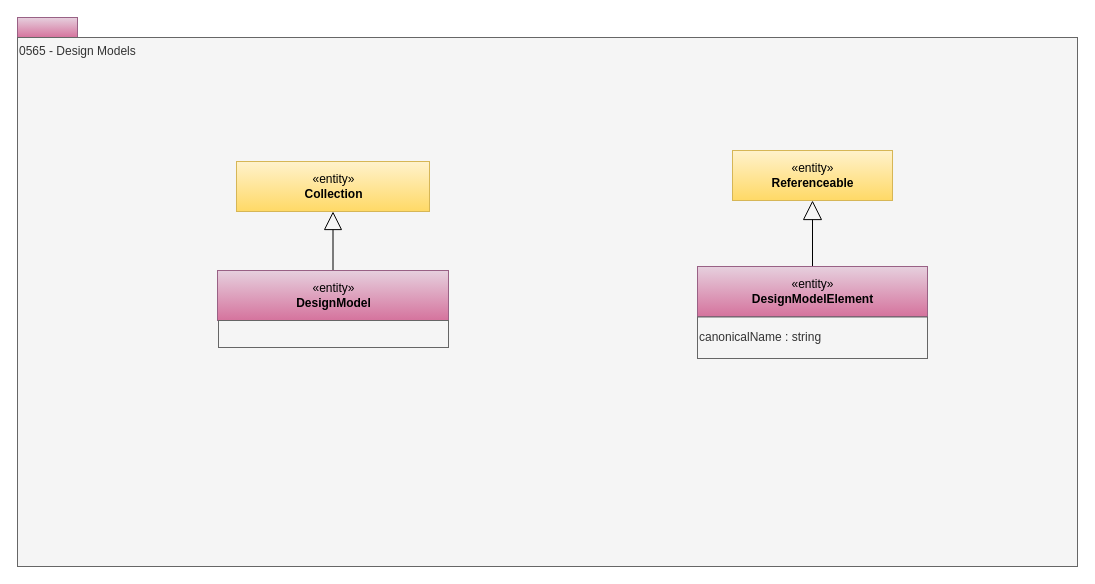
Before: page "0565-Design-Models" (28 of 33) of site/docs/types/5/area-5-models-and-schema.drawio in odpi/egeria-docs, a draw.io diagram. Source tidied: cells renumbered, new cells numbered last; positions are measured from the earlier drawing's top-left corner, leaving out a move shared by most shapes. Both pictures are drawn from the tidied source at 100%, with x=0, y=0 at pixel (17, 17).
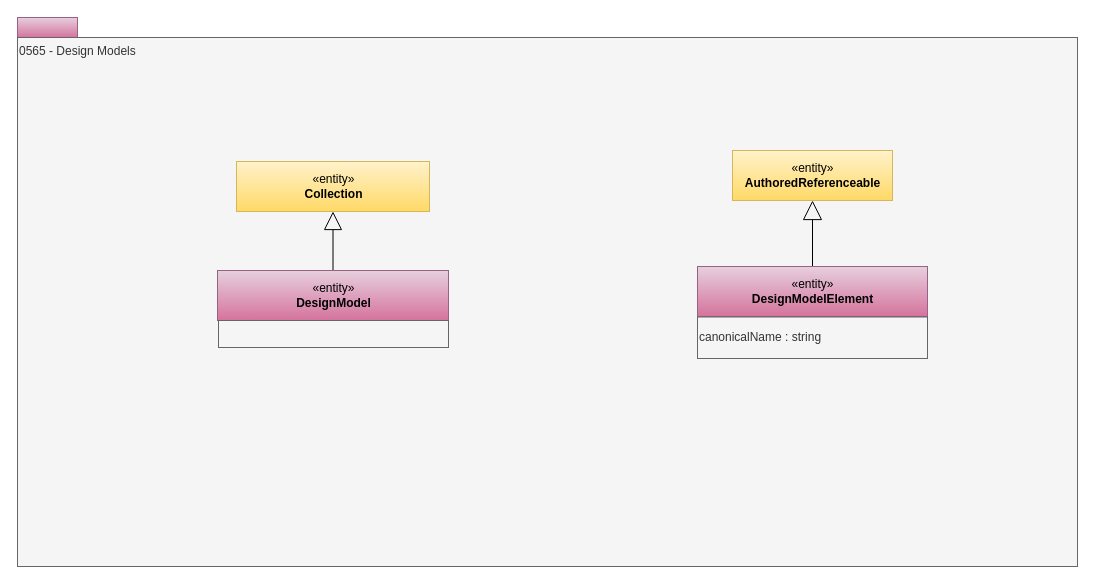
Above is the later version.

The edit, as a diff of the source:
```diff
@@
 <mxGraphModel>
   <root>
     <mxCell id="0" />
     <mxCell id="1" parent="0" />
     <mxCell id="2" style="rounded=0;whiteSpace=wrap;html=1;align=left;fillColor=#e6d0de;strokeColor=#996185;gradientColor=#d5739d;" parent="1" vertex="1">
       <mxGeometry width="60" height="20" as="geometry" />
     </mxCell>
     <mxCell id="3" value="0565 - Design Models" style="rounded=0;whiteSpace=wrap;html=1;align=left;verticalAlign=top;fillColor=#f5f5f5;fontColor=#333333;strokeColor=#666666;" parent="1" vertex="1">
       <mxGeometry y="20" width="1060" height="529" as="geometry" />
     </mxCell>
-    <mxCell id="4" value="«entity»&lt;br&gt;&lt;b&gt;Referenceable&lt;/b&gt;" style="html=1;strokeColor=#d6b656;align=center;fillColor=#fff2cc;gradientColor=#ffd966;" parent="1" vertex="1">
+    <mxCell id="4" value="«entity»&lt;br&gt;&lt;b&gt;AuthoredReferenceable&lt;/b&gt;" style="html=1;strokeColor=#d6b656;align=center;fillColor=#fff2cc;gradientColor=#ffd966;" parent="1" vertex="1">
       <mxGeometry x="715" y="133" width="160" height="50" as="geometry" />
     </mxCell>
     <mxCell id="5" style="edgeStyle=orthogonalEdgeStyle;rounded=0;jumpSize=15;jettySize=auto;html=1;exitX=0.5;exitY=0;exitDx=0;exitDy=0;entryX=0.5;entryY=1;entryDx=0;entryDy=0;startArrow=none;startFill=0;startSize=17;sourcePerimeterSpacing=0;endArrow=block;endFill=0;targetPerimeterSpacing=0;strokeWidth=1;fontColor=#000000;endSize=17;" parent="1" edge="1" source="6" target="4">
       <mxGeometry relative="1" as="geometry" />
     </mxCell>
     <mxCell id="6" value="«entity»&lt;br&gt;&lt;b&gt;DesignModelElement&lt;/b&gt;" style="html=1;strokeColor=#996185;align=center;fillColor=#e6d0de;gradientColor=#d5739d;" parent="1" vertex="1">
       <mxGeometry x="680" y="249" width="230" height="50" as="geometry" />
     </mxCell>
     <mxCell id="7" value="&lt;span&gt;canonicalName : string&lt;/span&gt;" style="rounded=0;whiteSpace=wrap;html=1;strokeColor=#666666;align=left;fillColor=#f5f5f5;fontColor=#333333;" parent="1" vertex="1">
       <mxGeometry x="680" y="299.5" width="230" height="41.5" as="geometry" />
     </mxCell>
     <mxCell id="8" style="edgeStyle=orthogonalEdgeStyle;rounded=0;jettySize=auto;html=1;exitX=0.5;exitY=0;exitDx=0;exitDy=0;endArrow=block;endFill=0;endSize=16;" parent="1" edge="1" source="9" target="10">
       <mxGeometry relative="1" as="geometry" />
     </mxCell>
     <mxCell id="9" value="«entity»&lt;br&gt;&lt;b&gt;DesignModel&lt;/b&gt;" style="html=1;strokeColor=#996185;align=center;fillColor=#e6d0de;gradientColor=#d5739d;" parent="1" vertex="1">
       <mxGeometry x="200" y="253" width="231" height="50" as="geometry" />
     </mxCell>
     <mxCell id="10" value="«entity»&lt;br&gt;&lt;b&gt;Collection&lt;/b&gt;" style="html=1;strokeColor=#d6b656;align=center;fillColor=#fff2cc;gradientColor=#ffd966;" parent="1" vertex="1">
       <mxGeometry x="219" y="144" width="193" height="50" as="geometry" />
     </mxCell>
     <mxCell id="11" style="rounded=0;whiteSpace=wrap;html=1;strokeColor=#666666;align=left;fillColor=#f5f5f5;fontColor=#333333;" parent="1" vertex="1">
       <mxGeometry x="201" y="303" width="230" height="27" as="geometry" />
     </mxCell>
   </root>
 </mxGraphModel>
```
